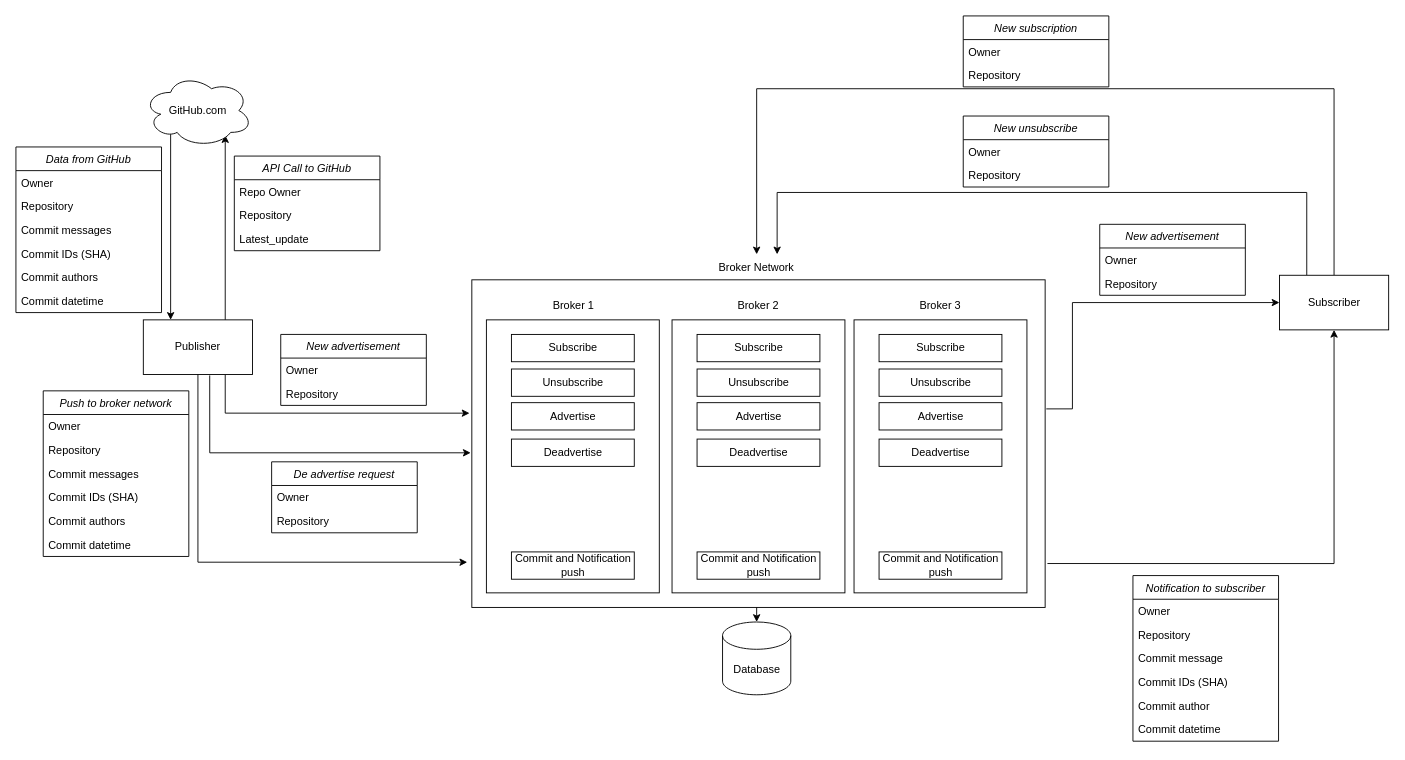
DaleSid/github-notifier keeps this draw.io diagram as DataflowDiagram.drawio. Above is the earlier version. Source tidied: cells renumbered, new cells numbered last; positions are measured from the earlier drawing's top-left corner, leaving out a move shared by most shapes. Both pictures are drawn from the tidied source at 91%, with x=0, y=0 at pixel (15, 15).
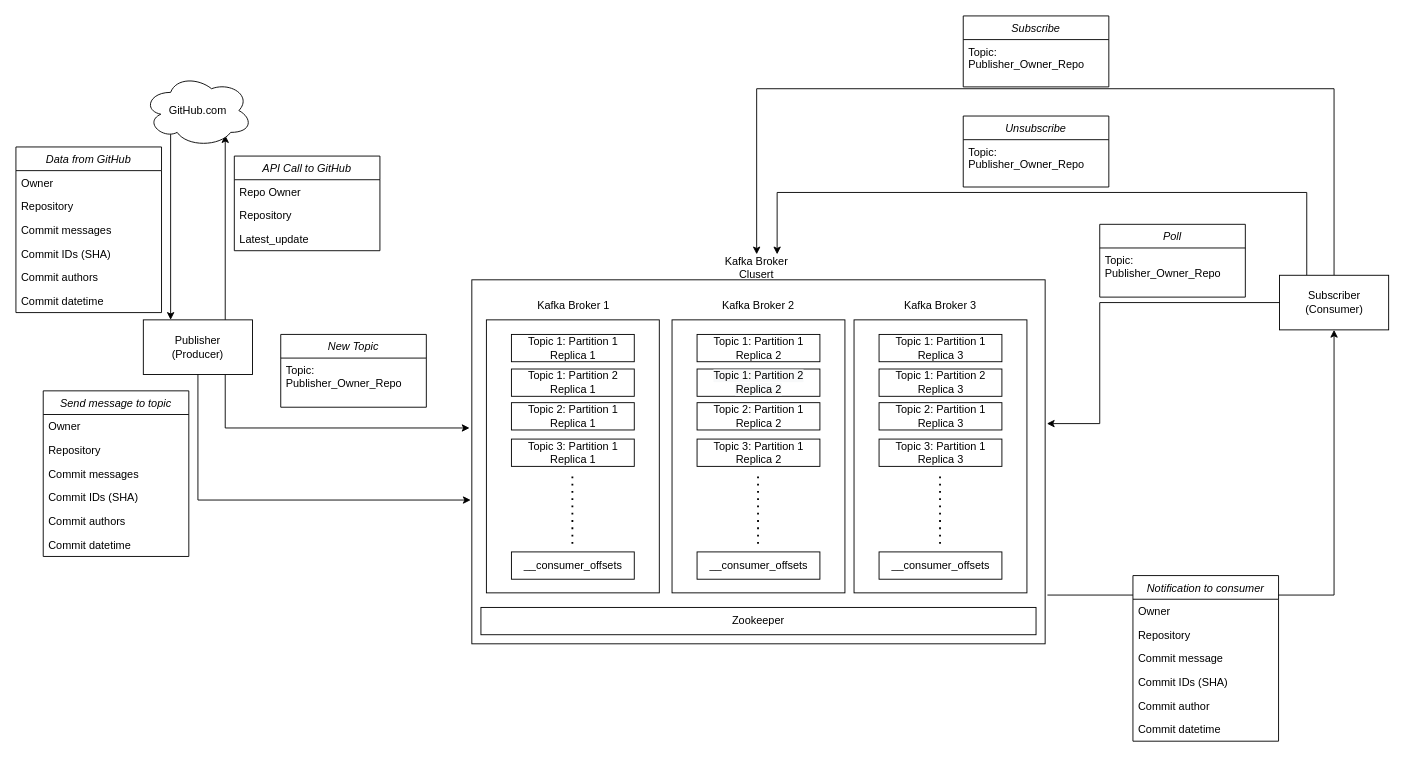
The same page after the edit.

The edit, as a diff of the source:
```diff
@@
     <mxCell id="2" style="rounded=0;whiteSpace=wrap;html=1;" parent="1" vertex="1">
-      <mxGeometry x="501" y="290" width="630" height="360" as="geometry" />
+      <mxGeometry x="501" y="290" width="630" height="400" as="geometry" />
     </mxCell>
@@
-    <mxCell id="5" value="Publisher" style="rounded=0;whiteSpace=wrap;html=1;" parent="1" vertex="1">
+    <mxCell id="5" value="Publisher&lt;br&gt;(Producer)" style="rounded=0;whiteSpace=wrap;html=1;" parent="1" vertex="1">
       <mxGeometry x="140" y="334" width="120" height="60" as="geometry" />
     </mxCell>
@@
-    <mxCell id="19" style="edgeStyle=orthogonalEdgeStyle;rounded=0;jettySize=auto;html=1;entryX=0.5;entryY=0;entryDx=0;entryDy=0;entryPerimeter=0;" parent="1" edge="1" target="30">
-      <mxGeometry relative="1" as="geometry">
-        <mxPoint x="814" y="650" as="sourcePoint" />
-      </mxGeometry>
-    </mxCell>
@@
-    <mxCell id="21" value="Push to broker network" style="swimlane;fontStyle=2;align=center;verticalAlign=top;horizontal=1;startSize=26;rounded=0;shadow=0;strokeWidth=1;" parent="1" vertex="1">
+    <mxCell id="21" value="Send message to topic" style="swimlane;fontStyle=2;align=center;verticalAlign=top;horizontal=1;startSize=26;rounded=0;shadow=0;strokeWidth=1;" parent="1" vertex="1">
       <mxGeometry x="30" y="412" width="160" height="182" as="geometry" />
     </mxCell>
@@
-    <mxCell id="29" value="Commit and Notification push" style="rounded=0;whiteSpace=wrap;html=1;" parent="1" vertex="1">
+    <mxCell id="29" value="__consumer_offsets" style="rounded=0;whiteSpace=wrap;html=1;" parent="1" vertex="1">
       <mxGeometry x="544.5" y="589" width="135" height="30" as="geometry" />
     </mxCell>
-    <mxCell id="30" value="Database" style="shape=cylinder3;whiteSpace=wrap;html=1;boundedLbl=1;backgroundOutline=1;size=15;" parent="1" vertex="1">
-      <mxGeometry x="776.5" y="666" width="75" height="80" as="geometry" />
-    </mxCell>
-    <mxCell id="31" value="Subscribe" style="rounded=0;whiteSpace=wrap;html=1;" parent="1" vertex="1">
+    <mxCell id="31" value="Topic 1: Partition 1&lt;br&gt;Replica 1" style="rounded=0;whiteSpace=wrap;html=1;" parent="1" vertex="1">
       <mxGeometry x="544.5" y="350" width="135" height="30" as="geometry" />
     </mxCell>
-    <mxCell id="32" value="Unsubscribe" style="rounded=0;whiteSpace=wrap;html=1;" parent="1" vertex="1">
+    <mxCell id="32" value="Topic 1: Partition 2&lt;br&gt;Replica 1" style="rounded=0;whiteSpace=wrap;html=1;" parent="1" vertex="1">
       <mxGeometry x="544.5" y="388" width="135" height="30" as="geometry" />
     </mxCell>
-    <mxCell id="33" value="Advertise" style="rounded=0;whiteSpace=wrap;html=1;" parent="1" vertex="1">
+    <mxCell id="33" value="Topic 2: Partition 1&lt;br&gt;Replica 1" style="rounded=0;whiteSpace=wrap;html=1;" parent="1" vertex="1">
       <mxGeometry x="544.5" y="425" width="135" height="30" as="geometry" />
     </mxCell>
-    <mxCell id="34" value="Deadvertise" style="rounded=0;whiteSpace=wrap;html=1;" parent="1" vertex="1">
+    <mxCell id="34" value="Topic 3: Partition 1&lt;br&gt;Replica 1" style="rounded=0;whiteSpace=wrap;html=1;" parent="1" vertex="1">
       <mxGeometry x="544.5" y="465" width="135" height="30" as="geometry" />
     </mxCell>
@@
-    <mxCell id="37" style="edgeStyle=orthogonalEdgeStyle;rounded=0;jettySize=auto;html=1;exitX=1.002;exitY=0.394;exitDx=0;exitDy=0;entryX=0;entryY=0.5;entryDx=0;entryDy=0;exitPerimeter=0;" parent="1" edge="1" source="2" target="38">
-      <mxGeometry relative="1" as="geometry">
-        <Array as="points">
-          <mxPoint x="1161" y="432" />
-          <mxPoint x="1161" y="315" />
-        </Array>
-      </mxGeometry>
-    </mxCell>
-    <mxCell id="38" value="Subscriber" style="rounded=0;whiteSpace=wrap;html=1;" parent="1" vertex="1">
+    <mxCell id="38" value="Subscriber&lt;br&gt;(Consumer)" style="rounded=0;whiteSpace=wrap;html=1;" parent="1" vertex="1">
       <mxGeometry x="1388.5" y="285" width="120" height="60" as="geometry" />
     </mxCell>
-    <mxCell id="39" style="edgeStyle=orthogonalEdgeStyle;rounded=0;jettySize=auto;html=1;exitX=0.5;exitY=1;exitDx=0;exitDy=0;entryX=-0.008;entryY=0.862;entryDx=0;entryDy=0;entryPerimeter=0;" parent="1" edge="1" source="5" target="2">
-      <mxGeometry relative="1" as="geometry">
-        <Array as="points">
-          <mxPoint x="200" y="600" />
-        </Array>
-      </mxGeometry>
-    </mxCell>
-    <mxCell id="40" value="Notification to subscriber" style="swimlane;fontStyle=2;align=center;verticalAlign=top;horizontal=1;startSize=26;rounded=0;shadow=0;strokeWidth=1;" parent="1" vertex="1">
+    <mxCell id="40" value="Notification to consumer" style="swimlane;fontStyle=2;align=center;verticalAlign=top;horizontal=1;startSize=26;rounded=0;shadow=0;strokeWidth=1;" parent="1" vertex="1">
       <mxGeometry x="1227.5" y="615" width="160" height="182" as="geometry" />
     </mxCell>
@@
-    <mxCell id="47" value="New subscription" style="swimlane;fontStyle=2;align=center;verticalAlign=top;horizontal=1;startSize=26;rounded=0;shadow=0;strokeWidth=1;" parent="1" vertex="1">
+    <mxCell id="47" value="Subscribe" style="swimlane;fontStyle=2;align=center;verticalAlign=top;horizontal=1;startSize=26;rounded=0;shadow=0;strokeWidth=1;" parent="1" vertex="1">
       <mxGeometry x="1041" width="160" height="78" as="geometry" />
     </mxCell>
-    <mxCell id="48" value="Owner" style="text;align=left;verticalAlign=top;spacingLeft=4;spacingRight=4;overflow=hidden;" parent="47" vertex="1">
-      <mxGeometry y="26" width="160" height="26" as="geometry" />
+    <mxCell id="48" value="Topic:&#10;Publisher_Owner_Repo" style="text;align=left;verticalAlign=top;spacingLeft=4;spacingRight=4;overflow=hidden;" parent="47" vertex="1">
+      <mxGeometry y="26" width="160" height="44" as="geometry" />
     </mxCell>
-    <mxCell id="49" value="Repository" style="text;align=left;verticalAlign=top;spacingLeft=4;spacingRight=4;overflow=hidden;rounded=0;shadow=0;html=0;" parent="47" vertex="1">
-      <mxGeometry y="52" width="160" height="26" as="geometry" />
-    </mxCell>
-    <mxCell id="50" value="New unsubscribe" style="swimlane;fontStyle=2;align=center;verticalAlign=top;horizontal=1;startSize=26;rounded=0;shadow=0;strokeWidth=1;" parent="1" vertex="1">
+    <mxCell id="50" value="Unsubscribe" style="swimlane;fontStyle=2;align=center;verticalAlign=top;horizontal=1;startSize=26;rounded=0;shadow=0;strokeWidth=1;" parent="1" vertex="1">
       <mxGeometry x="1041" y="110" width="160" height="78" as="geometry" />
     </mxCell>
-    <mxCell id="51" value="Owner" style="text;align=left;verticalAlign=top;spacingLeft=4;spacingRight=4;overflow=hidden;" parent="50" vertex="1">
-      <mxGeometry y="26" width="160" height="26" as="geometry" />
+    <mxCell id="51" value="Topic:&#10;Publisher_Owner_Repo" style="text;align=left;verticalAlign=top;spacingLeft=4;spacingRight=4;overflow=hidden;" parent="50" vertex="1">
+      <mxGeometry y="26" width="160" height="44" as="geometry" />
     </mxCell>
-    <mxCell id="52" value="Repository" style="text;align=left;verticalAlign=top;spacingLeft=4;spacingRight=4;overflow=hidden;rounded=0;shadow=0;html=0;" parent="50" vertex="1">
-      <mxGeometry y="52" width="160" height="26" as="geometry" />
-    </mxCell>
-    <mxCell id="53" value="New advertisement" style="swimlane;fontStyle=2;align=center;verticalAlign=top;horizontal=1;startSize=26;rounded=0;shadow=0;strokeWidth=1;" parent="1" vertex="1">
-      <mxGeometry x="1191" y="229" width="160" height="78" as="geometry" />
+    <mxCell id="53" value="Poll" style="swimlane;fontStyle=2;align=center;verticalAlign=top;horizontal=1;startSize=26;rounded=0;shadow=0;strokeWidth=1;" parent="1" vertex="1">
+      <mxGeometry x="1191" y="229" width="160" height="80" as="geometry" />
     </mxCell>
-    <mxCell id="54" value="Owner" style="text;align=left;verticalAlign=top;spacingLeft=4;spacingRight=4;overflow=hidden;" parent="53" vertex="1">
-      <mxGeometry y="26" width="160" height="26" as="geometry" />
+    <mxCell id="54" value="Topic:&#10;Publisher_Owner_Repo" style="text;align=left;verticalAlign=top;spacingLeft=4;spacingRight=4;overflow=hidden;" parent="53" vertex="1">
+      <mxGeometry y="26" width="160" height="54" as="geometry" />
     </mxCell>
-    <mxCell id="55" value="Repository" style="text;align=left;verticalAlign=top;spacingLeft=4;spacingRight=4;overflow=hidden;rounded=0;shadow=0;html=0;" parent="53" vertex="1">
-      <mxGeometry y="52" width="160" height="26" as="geometry" />
-    </mxCell>
@@
-    <mxCell id="57" value="Commit and Notification push" style="rounded=0;whiteSpace=wrap;html=1;" parent="1" vertex="1">
+    <mxCell id="57" value="__consumer_offsets" style="rounded=0;whiteSpace=wrap;html=1;" parent="1" vertex="1">
       <mxGeometry x="748.5" y="589" width="135" height="30" as="geometry" />
     </mxCell>
-    <mxCell id="58" value="Subscribe" style="rounded=0;whiteSpace=wrap;html=1;" parent="1" vertex="1">
+    <mxCell id="58" value="Topic 1: Partition 1&lt;br&gt;Replica 2" style="rounded=0;whiteSpace=wrap;html=1;" parent="1" vertex="1">
       <mxGeometry x="748.5" y="350" width="135" height="30" as="geometry" />
     </mxCell>
-    <mxCell id="59" value="Unsubscribe" style="rounded=0;whiteSpace=wrap;html=1;" parent="1" vertex="1">
+    <mxCell id="59" value="&lt;span style=&quot;color: rgb(0 , 0 , 0) ; font-family: &amp;#34;helvetica&amp;#34; ; font-size: 12px ; font-style: normal ; font-weight: 400 ; letter-spacing: normal ; text-align: center ; text-indent: 0px ; text-transform: none ; word-spacing: 0px ; background-color: rgb(248 , 249 , 250) ; display: inline ; float: none&quot;&gt;Topic 1: Partition 2&lt;/span&gt;&lt;br style=&quot;color: rgb(0 , 0 , 0) ; font-family: &amp;#34;helvetica&amp;#34; ; font-size: 12px ; font-style: normal ; font-weight: 400 ; letter-spacing: normal ; text-align: center ; text-indent: 0px ; text-transform: none ; word-spacing: 0px ; background-color: rgb(248 , 249 , 250)&quot;&gt;&lt;span style=&quot;color: rgb(0 , 0 , 0) ; font-family: &amp;#34;helvetica&amp;#34; ; font-size: 12px ; font-style: normal ; font-weight: 400 ; letter-spacing: normal ; text-align: center ; text-indent: 0px ; text-transform: none ; word-spacing: 0px ; background-color: rgb(248 , 249 , 250) ; display: inline ; float: none&quot;&gt;Replica 2&lt;/span&gt;" style="rounded=0;whiteSpace=wrap;html=1;" parent="1" vertex="1">
       <mxGeometry x="748.5" y="388" width="135" height="30" as="geometry" />
     </mxCell>
-    <mxCell id="60" value="Advertise" style="rounded=0;whiteSpace=wrap;html=1;" parent="1" vertex="1">
+    <mxCell id="60" value="Topic 2: Partition 1&lt;br&gt;Replica 2" style="rounded=0;whiteSpace=wrap;html=1;" parent="1" vertex="1">
       <mxGeometry x="748.5" y="425" width="135" height="30" as="geometry" />
     </mxCell>
-    <mxCell id="61" value="Deadvertise" style="rounded=0;whiteSpace=wrap;html=1;" parent="1" vertex="1">
+    <mxCell id="61" value="Topic 3: Partition 1&lt;br&gt;Replica 2" style="rounded=0;whiteSpace=wrap;html=1;" parent="1" vertex="1">
       <mxGeometry x="748.5" y="465" width="135" height="30" as="geometry" />
     </mxCell>
@@
-    <mxCell id="63" value="Commit and Notification push" style="rounded=0;whiteSpace=wrap;html=1;" parent="1" vertex="1">
+    <mxCell id="63" value="__consumer_offsets" style="rounded=0;whiteSpace=wrap;html=1;" parent="1" vertex="1">
       <mxGeometry x="948.5" y="589" width="135" height="30" as="geometry" />
     </mxCell>
-    <mxCell id="64" value="Subscribe" style="rounded=0;whiteSpace=wrap;html=1;" parent="1" vertex="1">
+    <mxCell id="64" value="Topic 1: Partition 1&lt;br&gt;Replica 3" style="rounded=0;whiteSpace=wrap;html=1;" parent="1" vertex="1">
       <mxGeometry x="948.5" y="350" width="135" height="30" as="geometry" />
     </mxCell>
-    <mxCell id="65" value="Unsubscribe" style="rounded=0;whiteSpace=wrap;html=1;" parent="1" vertex="1">
+    <mxCell id="65" value="Topic 1: Partition 2&lt;br&gt;Replica 3" style="rounded=0;whiteSpace=wrap;html=1;" parent="1" vertex="1">
       <mxGeometry x="948.5" y="388" width="135" height="30" as="geometry" />
     </mxCell>
-    <mxCell id="66" value="Advertise" style="rounded=0;whiteSpace=wrap;html=1;" parent="1" vertex="1">
+    <mxCell id="66" value="Topic 2: Partition 1&lt;br&gt;Replica 3" style="rounded=0;whiteSpace=wrap;html=1;" parent="1" vertex="1">
       <mxGeometry x="948.5" y="425" width="135" height="30" as="geometry" />
     </mxCell>
-    <mxCell id="67" value="Deadvertise" style="rounded=0;whiteSpace=wrap;html=1;" parent="1" vertex="1">
+    <mxCell id="67" value="Topic 3: Partition 1&lt;br&gt;Replica 3" style="rounded=0;whiteSpace=wrap;html=1;" parent="1" vertex="1">
       <mxGeometry x="948.5" y="465" width="135" height="30" as="geometry" />
     </mxCell>
-    <mxCell id="68" value="Broker Network" style="text;html=1;strokeColor=none;fillColor=none;align=center;verticalAlign=middle;whiteSpace=wrap;rounded=0;" parent="1" vertex="1">
+    <mxCell id="68" value="Kafka Broker Clusert" style="text;html=1;strokeColor=none;fillColor=none;align=center;verticalAlign=middle;whiteSpace=wrap;rounded=0;" parent="1" vertex="1">
       <mxGeometry x="769" y="262" width="90" height="30" as="geometry" />
     </mxCell>
-    <mxCell id="69" value="Broker 1" style="text;html=1;strokeColor=none;fillColor=none;align=center;verticalAlign=middle;whiteSpace=wrap;rounded=0;" parent="1" vertex="1">
+    <mxCell id="69" value="Kafka Broker 1" style="text;html=1;strokeColor=none;fillColor=none;align=center;verticalAlign=middle;whiteSpace=wrap;rounded=0;" parent="1" vertex="1">
       <mxGeometry x="567.5" y="304" width="90" height="30" as="geometry" />
     </mxCell>
-    <mxCell id="70" value="Broker 2" style="text;html=1;strokeColor=none;fillColor=none;align=center;verticalAlign=middle;whiteSpace=wrap;rounded=0;" parent="1" vertex="1">
+    <mxCell id="70" value="Kafka Broker 2" style="text;html=1;strokeColor=none;fillColor=none;align=center;verticalAlign=middle;whiteSpace=wrap;rounded=0;" parent="1" vertex="1">
       <mxGeometry x="771" y="304" width="90" height="30" as="geometry" />
     </mxCell>
-    <mxCell id="71" value="Broker 3" style="text;html=1;strokeColor=none;fillColor=none;align=center;verticalAlign=middle;whiteSpace=wrap;rounded=0;" parent="1" vertex="1">
+    <mxCell id="71" value="Kafka Broker 3" style="text;html=1;strokeColor=none;fillColor=none;align=center;verticalAlign=middle;whiteSpace=wrap;rounded=0;" parent="1" vertex="1">
       <mxGeometry x="971" y="304" width="90" height="30" as="geometry" />
     </mxCell>
-    <mxCell id="72" value="New advertisement" style="swimlane;fontStyle=2;align=center;verticalAlign=top;horizontal=1;startSize=26;rounded=0;shadow=0;strokeWidth=1;" parent="1" vertex="1">
-      <mxGeometry x="291" y="350" width="160" height="78" as="geometry" />
+    <mxCell id="72" value="New Topic" style="swimlane;fontStyle=2;align=center;verticalAlign=top;horizontal=1;startSize=26;rounded=0;shadow=0;strokeWidth=1;" parent="1" vertex="1">
+      <mxGeometry x="291" y="350" width="160" height="80" as="geometry" />
     </mxCell>
-    <mxCell id="73" value="Owner" style="text;align=left;verticalAlign=top;spacingLeft=4;spacingRight=4;overflow=hidden;" parent="72" vertex="1">
-      <mxGeometry y="26" width="160" height="26" as="geometry" />
+    <mxCell id="73" value="Topic: &#10;Publisher_Owner_Repo" style="text;align=left;verticalAlign=top;spacingLeft=4;spacingRight=4;overflow=hidden;" parent="72" vertex="1">
+      <mxGeometry y="26" width="160" height="54" as="geometry" />
     </mxCell>
-    <mxCell id="74" value="Repository" style="text;align=left;verticalAlign=top;spacingLeft=4;spacingRight=4;overflow=hidden;rounded=0;shadow=0;html=0;" parent="72" vertex="1">
-      <mxGeometry y="52" width="160" height="26" as="geometry" />
-    </mxCell>
-    <mxCell id="75" style="edgeStyle=orthogonalEdgeStyle;rounded=0;jettySize=auto;html=1;exitX=0.608;exitY=1.017;exitDx=0;exitDy=0;entryX=-0.002;entryY=0.528;entryDx=0;entryDy=0;entryPerimeter=0;exitPerimeter=0;" parent="1" edge="1" source="5" target="2">
-      <mxGeometry relative="1" as="geometry" />
-    </mxCell>
-    <mxCell id="76" value="De advertise request" style="swimlane;fontStyle=2;align=center;verticalAlign=top;horizontal=1;startSize=26;rounded=0;shadow=0;strokeWidth=1;" parent="1" vertex="1">
-      <mxGeometry x="281" y="490" width="160" height="78" as="geometry" />
-    </mxCell>
-    <mxCell id="77" value="Owner" style="text;align=left;verticalAlign=top;spacingLeft=4;spacingRight=4;overflow=hidden;" parent="76" vertex="1">
-      <mxGeometry y="26" width="160" height="26" as="geometry" />
-    </mxCell>
-    <mxCell id="78" value="Repository" style="text;align=left;verticalAlign=top;spacingLeft=4;spacingRight=4;overflow=hidden;rounded=0;shadow=0;html=0;" parent="76" vertex="1">
-      <mxGeometry y="52" width="160" height="26" as="geometry" />
-    </mxCell>
+    <mxCell id="79" style="endArrow=classic;html=1;rounded=0;exitX=0.5;exitY=1;exitDx=0;exitDy=0;entryX=-0.002;entryY=0.605;entryDx=0;entryDy=0;entryPerimeter=0;" parent="1" edge="1" source="5" target="2">
+      <mxGeometry relative="1" as="geometry">
+        <Array as="points">
+          <mxPoint x="200" y="532" />
+        </Array>
+      </mxGeometry>
+    </mxCell>
+    <mxCell id="80" value="Zookeeper" style="rounded=0;whiteSpace=wrap;html=1;" parent="1" vertex="1">
+      <mxGeometry x="511" y="650" width="610" height="30" as="geometry" />
+    </mxCell>
+    <mxCell id="81" style="endArrow=none;dashed=1;html=1;dashPattern=1 3;strokeWidth=2;rounded=0;" parent="1" edge="1">
+      <mxGeometry relative="1" as="geometry">
+        <mxPoint x="611.5" y="580" as="sourcePoint" />
+        <mxPoint x="611.5" y="500" as="targetPoint" />
+      </mxGeometry>
+    </mxCell>
+    <mxCell id="82" style="endArrow=none;dashed=1;html=1;dashPattern=1 3;strokeWidth=2;rounded=0;" parent="1" edge="1">
+      <mxGeometry relative="1" as="geometry">
+        <mxPoint x="815.5" y="580" as="sourcePoint" />
+        <mxPoint x="815.5" y="500" as="targetPoint" />
+      </mxGeometry>
+    </mxCell>
+    <mxCell id="83" style="endArrow=none;dashed=1;html=1;dashPattern=1 3;strokeWidth=2;rounded=0;" parent="1" edge="1">
+      <mxGeometry relative="1" as="geometry">
+        <mxPoint x="1015.5" y="580" as="sourcePoint" />
+        <mxPoint x="1015.5" y="500" as="targetPoint" />
+      </mxGeometry>
+    </mxCell>
+    <mxCell id="84" style="endArrow=classic;html=1;rounded=0;entryX=1.003;entryY=0.395;entryDx=0;entryDy=0;entryPerimeter=0;exitX=0;exitY=0.5;exitDx=0;exitDy=0;" parent="1" edge="1" source="38" target="2">
+      <mxGeometry relative="1" as="geometry">
+        <Array as="points">
+          <mxPoint x="1191" y="315" />
+          <mxPoint x="1191" y="448" />
+        </Array>
+      </mxGeometry>
+    </mxCell>
```
